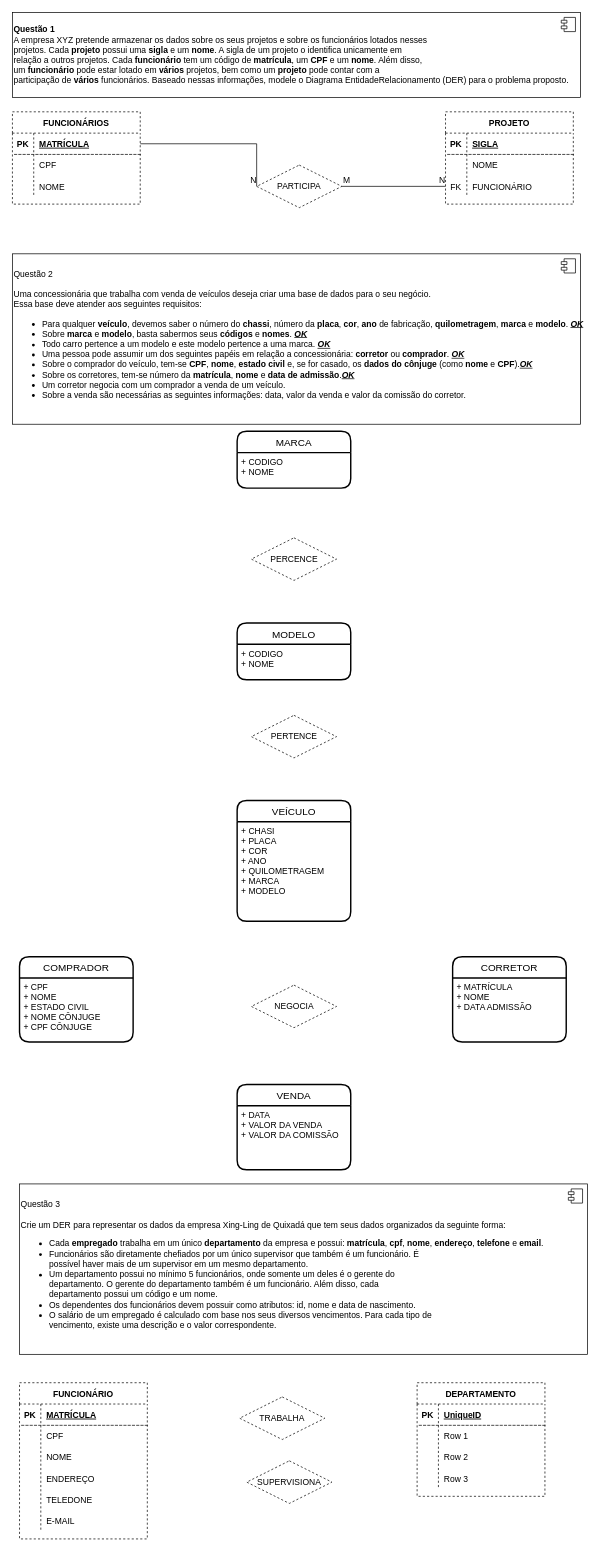
Above: Exercícios (extras) sobre modelagem.drawio in brunnabrito/terceiroModuloBancoDados (draw.io), before the change. Source tidied: cells renumbered, new cells numbered last; positions are measured from the earlier drawing's top-left corner, leaving out a move shared by most shapes. Both pictures are drawn from the tidied source at 71%, with x=0, y=0 at pixel (12, 12).
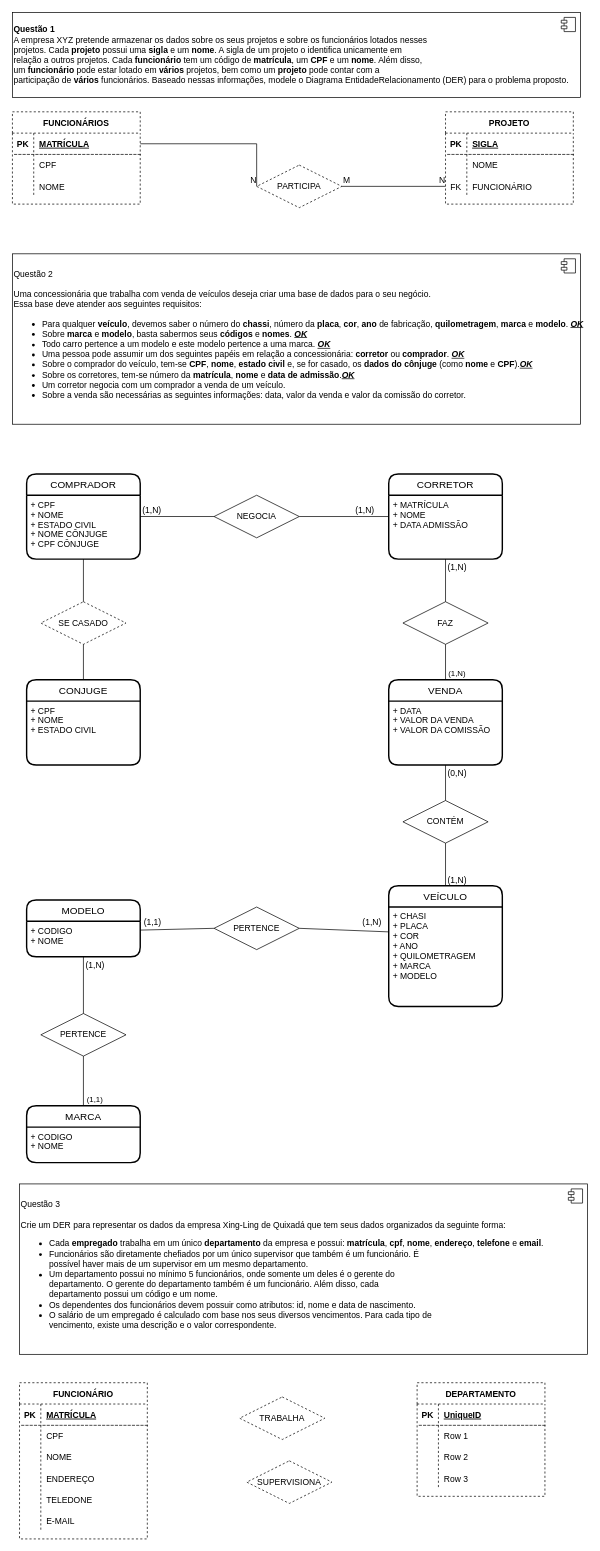
The same diagram, later.

Unchanged cells that the change refers to:
```xml
<mxCell id="8" value="+ CHASI&#10;+ PLACA&#10;+ COR&#10;+ ANO&#10;+ QUILOMETRAGEM&#10;+ MARCA&#10;+ MODELO" style="align=left;strokeColor=none;fillColor=none;spacingLeft=4;fontSize=12;verticalAlign=top;dashed=1;labelBackgroundColor=none;labelBorderColor=none;flipH=1;" parent="7" vertex="1">
  <mxGeometry y="30" width="160" height="140" as="geometry" />
</mxCell>
<mxCell id="12" value="+ CODIGO&#10;+ NOME" style="align=left;strokeColor=none;fillColor=none;spacingLeft=4;fontSize=12;verticalAlign=top;dashed=1;labelBackgroundColor=none;labelBorderColor=none;flipH=1;" parent="11" vertex="1">
  <mxGeometry y="30" width="160" height="50" as="geometry" />
</mxCell>
<mxCell id="16" value="+ CPF&#10;+ NOME&#10;+ ESTADO CIVIL&#10;+ NOME CÔNJUGE&#10;+ CPF CÔNJUGE" style="align=left;strokeColor=none;fillColor=none;spacingLeft=4;fontSize=12;verticalAlign=top;dashed=1;labelBackgroundColor=none;labelBorderColor=none;" parent="15" vertex="1">
  <mxGeometry y="30" width="160" height="90" as="geometry" />
</mxCell>
<mxCell id="18" value="+ MATRÍCULA&#10;+ NOME&#10;+ DATA ADMISSÃO" style="align=left;strokeColor=none;fillColor=none;spacingLeft=4;fontSize=12;verticalAlign=top;dashed=1;labelBackgroundColor=none;labelBorderColor=none;" parent="17" vertex="1">
  <mxGeometry y="30" width="160" height="90" as="geometry" />
</mxCell>
<mxCell id="21" value="+ DATA&#10;+ VALOR DA VENDA&#10;+ VALOR DA COMISSÃO" style="align=left;strokeColor=none;fillColor=none;spacingLeft=4;fontSize=12;verticalAlign=top;dashed=1;labelBackgroundColor=none;labelBorderColor=none;" parent="20" vertex="1">
  <mxGeometry y="30" width="160" height="90" as="geometry" />
</mxCell>
```

The edit, as a diff of the source:
```diff
@@
     <mxCell id="7" value="VEÍCULO" style="swimlane;horizontal=1;startSize=30;rounded=1;fontSize=14;fontStyle=0;strokeWidth=2;shadow=0;dashed=0;align=center;labelBackgroundColor=none;labelBorderColor=none;flipH=1;flipV=0;" parent="1" vertex="1">
-      <mxGeometry x="316.5" y="1110" width="160" height="170" as="geometry" />
+      <mxGeometry x="530" y="1230" width="160" height="170" as="geometry" />
     </mxCell>
@@
     <mxCell id="9" value="MARCA" style="swimlane;horizontal=1;startSize=30;rounded=1;fontSize=14;fontStyle=0;strokeWidth=2;shadow=0;dashed=0;align=center;labelBackgroundColor=none;labelBorderColor=none;flipH=1;" parent="1" vertex="1">
-      <mxGeometry x="316.5" y="590" width="160" height="80" as="geometry" />
+      <mxGeometry x="20" y="1540" width="160" height="80" as="geometry" />
     </mxCell>
@@
     <mxCell id="11" value="MODELO" style="swimlane;horizontal=1;startSize=30;rounded=1;fontSize=14;fontStyle=0;strokeWidth=2;shadow=0;dashed=0;align=center;labelBackgroundColor=none;labelBorderColor=none;flipH=1;" parent="1" vertex="1">
-      <mxGeometry x="316.5" y="860" width="160" height="80" as="geometry" />
+      <mxGeometry x="20" y="1250" width="160" height="80" as="geometry" />
     </mxCell>
@@
-    <mxCell id="13" value="PERTENCE" style="shape=rhombus;perimeter=rhombusPerimeter;whiteSpace=wrap;html=1;align=center;dashed=1;labelBackgroundColor=none;labelBorderColor=none;" parent="1" vertex="1">
-      <mxGeometry x="336.5" y="990" width="120" height="60" as="geometry" />
+    <mxCell id="13" value="SE CASADO" style="shape=rhombus;perimeter=rhombusPerimeter;whiteSpace=wrap;html=1;align=center;dashed=1;labelBackgroundColor=none;labelBorderColor=none;flipH=0;" parent="1" vertex="1">
+      <mxGeometry x="40" y="830" width="120" height="60" as="geometry" />
     </mxCell>
-    <mxCell id="14" value="PERCENCE" style="shape=rhombus;perimeter=rhombusPerimeter;whiteSpace=wrap;html=1;align=center;dashed=1;labelBackgroundColor=none;labelBorderColor=none;flipV=0;" parent="1" vertex="1">
-      <mxGeometry x="336.5" y="740" width="120" height="60" as="geometry" />
-    </mxCell>
     <mxCell id="15" value="COMPRADOR" style="swimlane;horizontal=1;startSize=30;rounded=1;fontSize=14;fontStyle=0;strokeWidth=2;shadow=0;dashed=0;align=center;labelBackgroundColor=none;labelBorderColor=none;" parent="1" vertex="1">
-      <mxGeometry x="10" y="1330" width="160" height="120" as="geometry" />
+      <mxGeometry x="20" y="650" width="160" height="120" as="geometry" />
     </mxCell>
@@
     <mxCell id="17" value="CORRETOR" style="swimlane;horizontal=1;startSize=30;rounded=1;fontSize=14;fontStyle=0;strokeWidth=2;shadow=0;dashed=0;align=center;labelBackgroundColor=none;labelBorderColor=none;" parent="1" vertex="1">
-      <mxGeometry x="620" y="1330" width="160" height="120" as="geometry" />
+      <mxGeometry x="530" y="650" width="160" height="120" as="geometry" />
     </mxCell>
@@
-    <mxCell id="19" value="NEGOCIA" style="shape=rhombus;perimeter=rhombusPerimeter;whiteSpace=wrap;html=1;align=center;dashed=1;labelBackgroundColor=none;labelBorderColor=none;flipV=0;" parent="1" vertex="1">
-      <mxGeometry x="336.5" y="1370" width="120" height="60" as="geometry" />
-    </mxCell>
     <mxCell id="20" value="VENDA" style="swimlane;horizontal=1;startSize=30;rounded=1;fontSize=14;fontStyle=0;strokeWidth=2;shadow=0;dashed=0;align=center;labelBackgroundColor=none;labelBorderColor=none;" parent="1" vertex="1">
-      <mxGeometry x="316.5" y="1510" width="160" height="120" as="geometry" />
+      <mxGeometry x="530" y="940" width="160" height="120" as="geometry" />
     </mxCell>
@@
+    <mxCell id="83" value="PERTENCE" style="shape=rhombus;perimeter=rhombusPerimeter;whiteSpace=wrap;html=1;align=center;" parent="1" vertex="1">
+      <mxGeometry x="284" y="1260" width="120" height="60" as="geometry" />
+    </mxCell>
+    <mxCell id="19" value="NEGOCIA" style="shape=rhombus;perimeter=rhombusPerimeter;whiteSpace=wrap;html=1;align=center;" parent="1" vertex="1">
+      <mxGeometry x="284" y="680" width="120" height="60" as="geometry" />
+    </mxCell>
+    <mxCell id="84" value="PERTENCE" style="shape=rhombus;perimeter=rhombusPerimeter;whiteSpace=wrap;html=1;align=center;" parent="1" vertex="1">
+      <mxGeometry x="40" y="1410" width="120" height="60" as="geometry" />
+    </mxCell>
+    <mxCell id="85" value="FAZ" style="shape=rhombus;perimeter=rhombusPerimeter;whiteSpace=wrap;html=1;align=center;flipH=0;" parent="1" vertex="1">
+      <mxGeometry x="550" y="830" width="120" height="60" as="geometry" />
+    </mxCell>
+    <mxCell id="86" value="CONTÉM" style="shape=rhombus;perimeter=rhombusPerimeter;whiteSpace=wrap;html=1;align=center;" parent="1" vertex="1">
+      <mxGeometry x="550" y="1110" width="120" height="60" as="geometry" />
+    </mxCell>
+    <mxCell id="87" value="CONJUGE" style="swimlane;horizontal=1;startSize=30;rounded=1;fontSize=14;fontStyle=0;strokeWidth=2;shadow=0;dashed=0;align=center;labelBackgroundColor=none;labelBorderColor=none;" parent="1" vertex="1">
+      <mxGeometry x="20" y="940" width="160" height="120" as="geometry" />
+    </mxCell>
+    <mxCell id="88" value="+ CPF&#10;+ NOME&#10;+ ESTADO CIVIL" style="align=left;strokeColor=none;fillColor=none;spacingLeft=4;fontSize=12;verticalAlign=top;dashed=1;labelBackgroundColor=none;labelBorderColor=none;" parent="87" vertex="1">
+      <mxGeometry y="30" width="160" height="90" as="geometry" />
+    </mxCell>
+    <mxCell id="89" style="endArrow=none;html=1;rounded=0;exitX=0.5;exitY=0;exitDx=0;exitDy=0;entryX=0.5;entryY=1;entryDx=0;entryDy=0;" parent="1" edge="1" source="87" target="13">
+      <mxGeometry relative="1" as="geometry" />
+    </mxCell>
+    <mxCell id="90" style="endArrow=none;html=1;rounded=0;exitX=0.5;exitY=0;exitDx=0;exitDy=0;entryX=0.5;entryY=1;entryDx=0;entryDy=0;" parent="1" edge="1" source="13" target="16">
+      <mxGeometry relative="1" as="geometry" />
+    </mxCell>
+    <mxCell id="91" style="endArrow=none;html=1;rounded=0;entryX=1;entryY=0.333;entryDx=0;entryDy=0;exitX=0;exitY=0.5;exitDx=0;exitDy=0;entryPerimeter=0;" parent="1" edge="1" source="19" target="16">
+      <mxGeometry relative="1" as="geometry" />
+    </mxCell>
+    <mxCell id="92" value="(1,N)" style="html=1;align=right;verticalAlign=bottom;" parent="91" vertex="1">
+      <mxGeometry x="1" relative="1" as="geometry">
+        <mxPoint x="30" as="offset" />
+      </mxGeometry>
+    </mxCell>
+    <mxCell id="93" style="endArrow=none;html=1;rounded=0;entryX=1;entryY=0.5;entryDx=0;entryDy=0;exitX=0;exitY=0.5;exitDx=0;exitDy=0;" parent="1" edge="1" source="17" target="19">
+      <mxGeometry relative="1" as="geometry" />
+    </mxCell>
+    <mxCell id="94" value="(1,N)" style="html=1;align=right;verticalAlign=bottom;" parent="93" vertex="1">
+      <mxGeometry x="1" relative="1" as="geometry">
+        <mxPoint x="106" as="offset" />
+      </mxGeometry>
+    </mxCell>
+    <mxCell id="95" style="endArrow=none;html=1;rounded=0;entryX=0.5;entryY=1;entryDx=0;entryDy=0;" parent="1" edge="1" source="85" target="18">
+      <mxGeometry relative="1" as="geometry" />
+    </mxCell>
+    <mxCell id="96" value="(1,N)" style="html=1;align=right;verticalAlign=bottom;" parent="95" vertex="1">
+      <mxGeometry x="1" relative="1" as="geometry">
+        <mxPoint x="30" y="20" as="offset" />
+      </mxGeometry>
+    </mxCell>
+    <mxCell id="97" style="endArrow=none;html=1;rounded=0;entryX=1;entryY=0.5;entryDx=0;entryDy=0;exitX=0;exitY=0.25;exitDx=0;exitDy=0;" parent="1" edge="1" source="8" target="83">
+      <mxGeometry relative="1" as="geometry" />
+    </mxCell>
+    <mxCell id="98" value="(1,N)" style="html=1;align=right;verticalAlign=bottom;" parent="97" vertex="1">
+      <mxGeometry x="1" relative="1" as="geometry">
+        <mxPoint x="116" as="offset" />
+      </mxGeometry>
+    </mxCell>
+    <mxCell id="99" style="endArrow=none;html=1;rounded=0;entryX=1;entryY=0.25;entryDx=0;entryDy=0;exitX=0;exitY=0.5;exitDx=0;exitDy=0;" parent="1" edge="1" source="83" target="12">
+      <mxGeometry relative="1" as="geometry" />
+    </mxCell>
+    <mxCell id="100" value="(1,1)" style="html=1;align=right;verticalAlign=bottom;" parent="99" vertex="1">
+      <mxGeometry x="1" relative="1" as="geometry">
+        <mxPoint x="30" y="-2" as="offset" />
+      </mxGeometry>
+    </mxCell>
+    <mxCell id="101" style="endArrow=none;html=1;rounded=0;entryX=0.5;entryY=1;entryDx=0;entryDy=0;entryPerimeter=0;" parent="1" edge="1" source="84" target="12">
+      <mxGeometry relative="1" as="geometry" />
+    </mxCell>
+    <mxCell id="102" value="(1,N)" style="html=1;align=right;verticalAlign=bottom;" parent="101" vertex="1">
+      <mxGeometry x="1" relative="1" as="geometry">
+        <mxPoint x="30" y="20" as="offset" />
+      </mxGeometry>
+    </mxCell>
+    <mxCell id="103" style="endArrow=none;html=1;rounded=0;entryX=0.5;entryY=1;entryDx=0;entryDy=0;" parent="1" edge="1" source="86" target="21">
+      <mxGeometry relative="1" as="geometry" />
+    </mxCell>
+    <mxCell id="104" value="(0,N)" style="html=1;align=right;verticalAlign=bottom;" parent="103" vertex="1">
+      <mxGeometry x="1" relative="1" as="geometry">
+        <mxPoint x="30" y="20" as="offset" />
+      </mxGeometry>
+    </mxCell>
+    <mxCell id="105" style="endArrow=none;html=1;rounded=0;entryX=0.5;entryY=1;entryDx=0;entryDy=0;exitX=0.5;exitY=0;exitDx=0;exitDy=0;" parent="1" edge="1" source="20" target="85">
+      <mxGeometry relative="1" as="geometry" />
+    </mxCell>
+    <mxCell id="106" value="(1,N)" style="edgeLabel;html=1;align=center;verticalAlign=middle;" parent="105" vertex="1">
+      <mxGeometry x="0.32" y="3" relative="1" as="geometry">
+        <mxPoint x="18" y="23" as="offset" />
+      </mxGeometry>
+    </mxCell>
+    <mxCell id="107" style="endArrow=none;html=1;rounded=0;exitX=0.5;exitY=0;exitDx=0;exitDy=0;entryX=0.5;entryY=1;entryDx=0;entryDy=0;" parent="1" edge="1" source="7" target="86">
+      <mxGeometry relative="1" as="geometry" />
+    </mxCell>
+    <mxCell id="108" value="(1,N)" style="html=1;align=right;verticalAlign=bottom;" parent="107" vertex="1">
+      <mxGeometry x="1" relative="1" as="geometry">
+        <mxPoint x="30" y="60" as="offset" />
+      </mxGeometry>
+    </mxCell>
+    <mxCell id="109" style="html=1;align=right;verticalAlign=bottom;" parent="1" vertex="1">
+      <mxGeometry x="640" y="930" as="geometry" />
+    </mxCell>
+    <mxCell id="110" style="endArrow=none;html=1;rounded=0;exitX=0.5;exitY=0;exitDx=0;exitDy=0;entryX=0.5;entryY=1;entryDx=0;entryDy=0;" parent="1" edge="1" source="9" target="84">
+      <mxGeometry relative="1" as="geometry" />
+    </mxCell>
+    <mxCell id="111" value="(1,1)" style="edgeLabel;html=1;align=center;verticalAlign=middle;" parent="110" vertex="1">
+      <mxGeometry x="0.11" y="-4" relative="1" as="geometry">
+        <mxPoint x="11" y="29" as="offset" />
+      </mxGeometry>
+    </mxCell>
```
